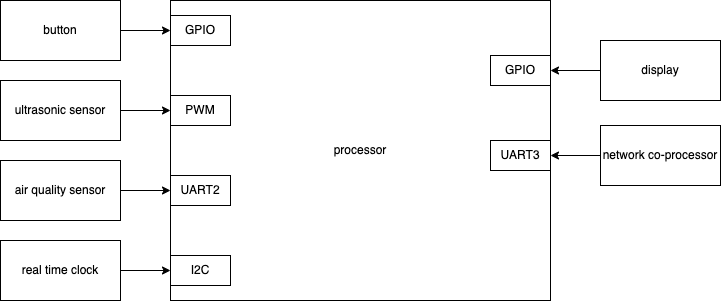
Before: week-5/week-5-software-block-diagram.drawio.png, a diagram exported from draw.io (martenbiehl/making-embedded-systems-exercises). Source tidied: cells renumbered, new cells last; positions are measured from the earlier drawing's top-left corner, leaving out a move shared by most shapes. The source it was exported from:
```xml
<mxGraphModel>
  <root>
    <mxCell id="0" />
    <mxCell id="1" parent="0" />
    <mxCell id="2" style="edgeStyle=orthogonalEdgeStyle;rounded=0;jettySize=auto;html=1;exitX=1;exitY=0.5;exitDx=0;exitDy=0;entryX=0;entryY=0.5;entryDx=0;entryDy=0;" parent="1" edge="1" source="3" target="16">
      <mxGeometry relative="1" as="geometry" />
    </mxCell>
    <mxCell id="3" value="button" style="rounded=0;whiteSpace=wrap;html=1;" parent="1" vertex="1">
      <mxGeometry width="120" height="60" as="geometry" />
    </mxCell>
    <mxCell id="4" style="edgeStyle=orthogonalEdgeStyle;rounded=0;jettySize=auto;html=1;exitX=1;exitY=0.5;exitDx=0;exitDy=0;entryX=0;entryY=0.5;entryDx=0;entryDy=0;" parent="1" edge="1" source="5" target="17">
      <mxGeometry relative="1" as="geometry" />
    </mxCell>
    <mxCell id="5" value="ultrasonic sensor" style="rounded=0;whiteSpace=wrap;html=1;" parent="1" vertex="1">
      <mxGeometry y="80" width="120" height="60" as="geometry" />
    </mxCell>
    <mxCell id="6" style="edgeStyle=orthogonalEdgeStyle;rounded=0;jettySize=auto;html=1;exitX=1;exitY=0.5;exitDx=0;exitDy=0;entryX=0;entryY=0.5;entryDx=0;entryDy=0;" parent="1" edge="1" source="7" target="18">
      <mxGeometry relative="1" as="geometry" />
    </mxCell>
    <mxCell id="7" value="air quality sensor" style="rounded=0;whiteSpace=wrap;html=1;" parent="1" vertex="1">
      <mxGeometry y="160" width="120" height="60" as="geometry" />
    </mxCell>
    <mxCell id="8" value="processor" style="rounded=0;whiteSpace=wrap;html=1;" parent="1" vertex="1">
      <mxGeometry x="170" width="380" height="300" as="geometry" />
    </mxCell>
    <mxCell id="9" style="edgeStyle=orthogonalEdgeStyle;rounded=0;jettySize=auto;html=1;exitX=0;exitY=0.5;exitDx=0;exitDy=0;entryX=1;entryY=0.5;entryDx=0;entryDy=0;" parent="1" edge="1" source="10" target="19">
      <mxGeometry relative="1" as="geometry" />
    </mxCell>
    <mxCell id="10" value="network co-processor" style="rounded=0;whiteSpace=wrap;html=1;" parent="1" vertex="1">
      <mxGeometry x="600" y="125" width="120" height="60" as="geometry" />
    </mxCell>
    <mxCell id="11" style="edgeStyle=orthogonalEdgeStyle;rounded=0;jettySize=auto;html=1;exitX=0;exitY=0.5;exitDx=0;exitDy=0;entryX=1;entryY=0.5;entryDx=0;entryDy=0;" parent="1" edge="1" source="12" target="20">
      <mxGeometry relative="1" as="geometry" />
    </mxCell>
    <mxCell id="12" value="display" style="rounded=0;whiteSpace=wrap;html=1;" parent="1" vertex="1">
      <mxGeometry x="600" y="40" width="120" height="60" as="geometry" />
    </mxCell>
    <mxCell id="13" style="edgeStyle=orthogonalEdgeStyle;rounded=0;jettySize=auto;html=1;exitX=1;exitY=0.5;exitDx=0;exitDy=0;entryX=0;entryY=0.5;entryDx=0;entryDy=0;" parent="1" edge="1" source="14" target="15">
      <mxGeometry relative="1" as="geometry" />
    </mxCell>
    <mxCell id="14" value="real time clock" style="rounded=0;whiteSpace=wrap;html=1;" parent="1" vertex="1">
      <mxGeometry y="240" width="120" height="60" as="geometry" />
    </mxCell>
    <mxCell id="15" value="I2C" style="rounded=0;whiteSpace=wrap;html=1;" parent="1" vertex="1">
      <mxGeometry x="170" y="255" width="60" height="30" as="geometry" />
    </mxCell>
    <mxCell id="16" value="GPIO" style="rounded=0;whiteSpace=wrap;html=1;" parent="1" vertex="1">
      <mxGeometry x="170" y="15" width="60" height="30" as="geometry" />
    </mxCell>
    <mxCell id="17" value="PWM" style="rounded=0;whiteSpace=wrap;html=1;" parent="1" vertex="1">
      <mxGeometry x="170" y="95" width="60" height="30" as="geometry" />
    </mxCell>
    <mxCell id="18" value="UART2" style="rounded=0;whiteSpace=wrap;html=1;" parent="1" vertex="1">
      <mxGeometry x="170" y="175" width="60" height="30" as="geometry" />
    </mxCell>
    <mxCell id="19" value="UART3" style="rounded=0;whiteSpace=wrap;html=1;" parent="1" vertex="1">
      <mxGeometry x="490" y="140" width="60" height="30" as="geometry" />
    </mxCell>
    <mxCell id="20" value="GPIO" style="rounded=0;whiteSpace=wrap;html=1;" parent="1" vertex="1">
      <mxGeometry x="490" y="55" width="60" height="30" as="geometry" />
    </mxCell>
  </root>
</mxGraphModel>
```
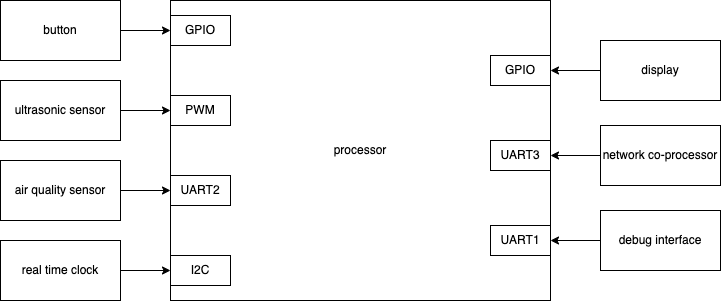
After the change.

The edit, as a diff of the source:
```diff
@@ -59,5 +59,14 @@
     <mxCell id="20" value="GPIO" style="rounded=0;whiteSpace=wrap;html=1;" parent="1" vertex="1">
       <mxGeometry x="490" y="55" width="60" height="30" as="geometry" />
     </mxCell>
+    <mxCell id="21" value="UART1" style="rounded=0;whiteSpace=wrap;html=1;" parent="1" vertex="1">
+      <mxGeometry x="490" y="225" width="60" height="30" as="geometry" />
+    </mxCell>
+    <mxCell id="22" value="debug interface" style="rounded=0;whiteSpace=wrap;html=1;" parent="1" vertex="1">
+      <mxGeometry x="600" y="210" width="120" height="60" as="geometry" />
+    </mxCell>
+    <mxCell id="23" style="edgeStyle=orthogonalEdgeStyle;rounded=0;jettySize=auto;html=1;exitX=0;exitY=0.5;exitDx=0;exitDy=0;entryX=1;entryY=0.5;entryDx=0;entryDy=0;" parent="1" edge="1" source="22" target="21">
+      <mxGeometry relative="1" as="geometry" />
+    </mxCell>
   </root>
 </mxGraphModel>
```
